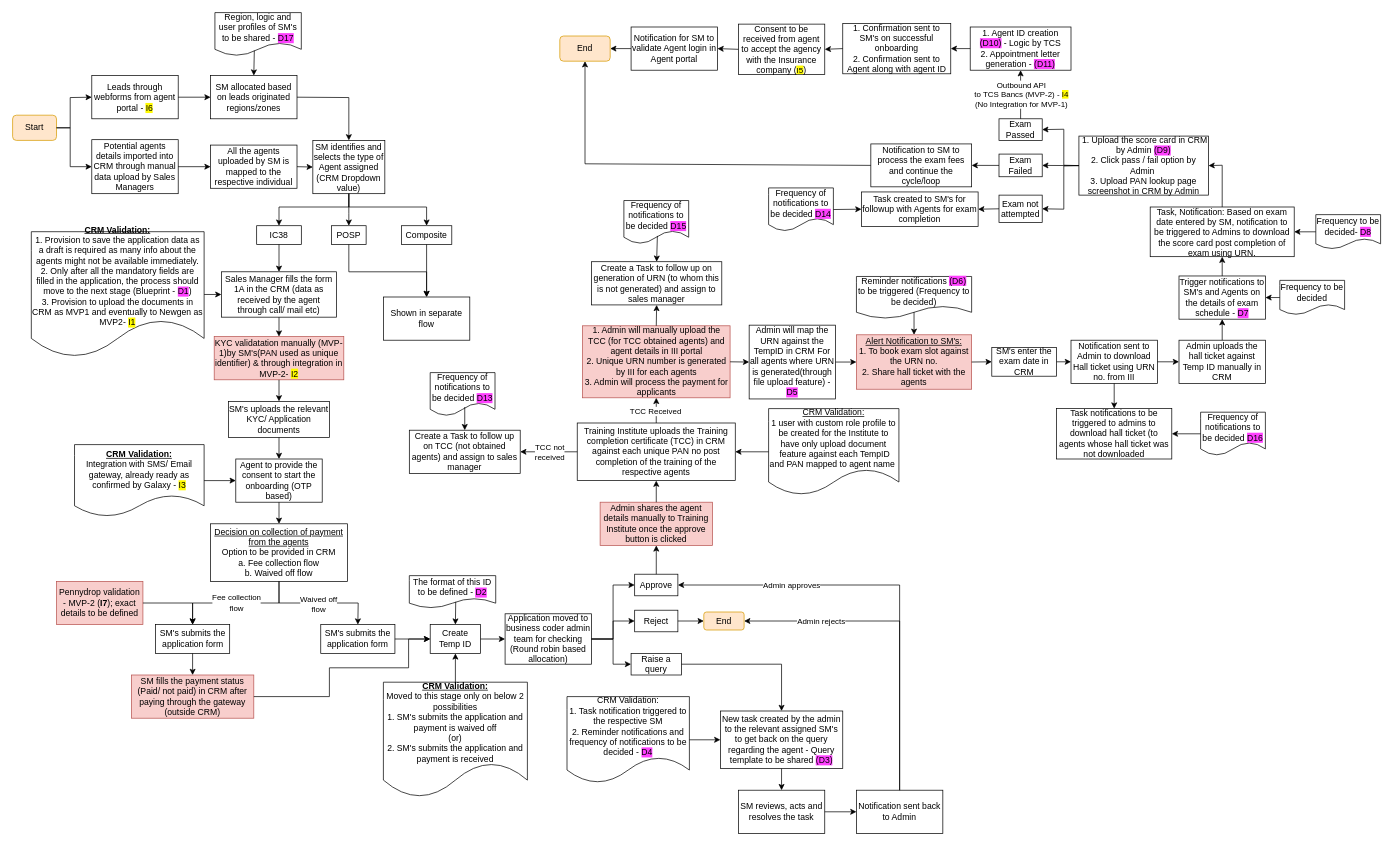
The draw.io diagram Agent Onboarding IC38.drawio in shaileshsreedar/Galaxy, before the edit. Source tidied: cells renumbered, new cells numbered last; positions are measured from the earlier drawing's top-left corner, leaving out a move shared by most shapes. Both pictures are drawn from the tidied source at 72%, with x=0, y=0 at pixel (12, 12).
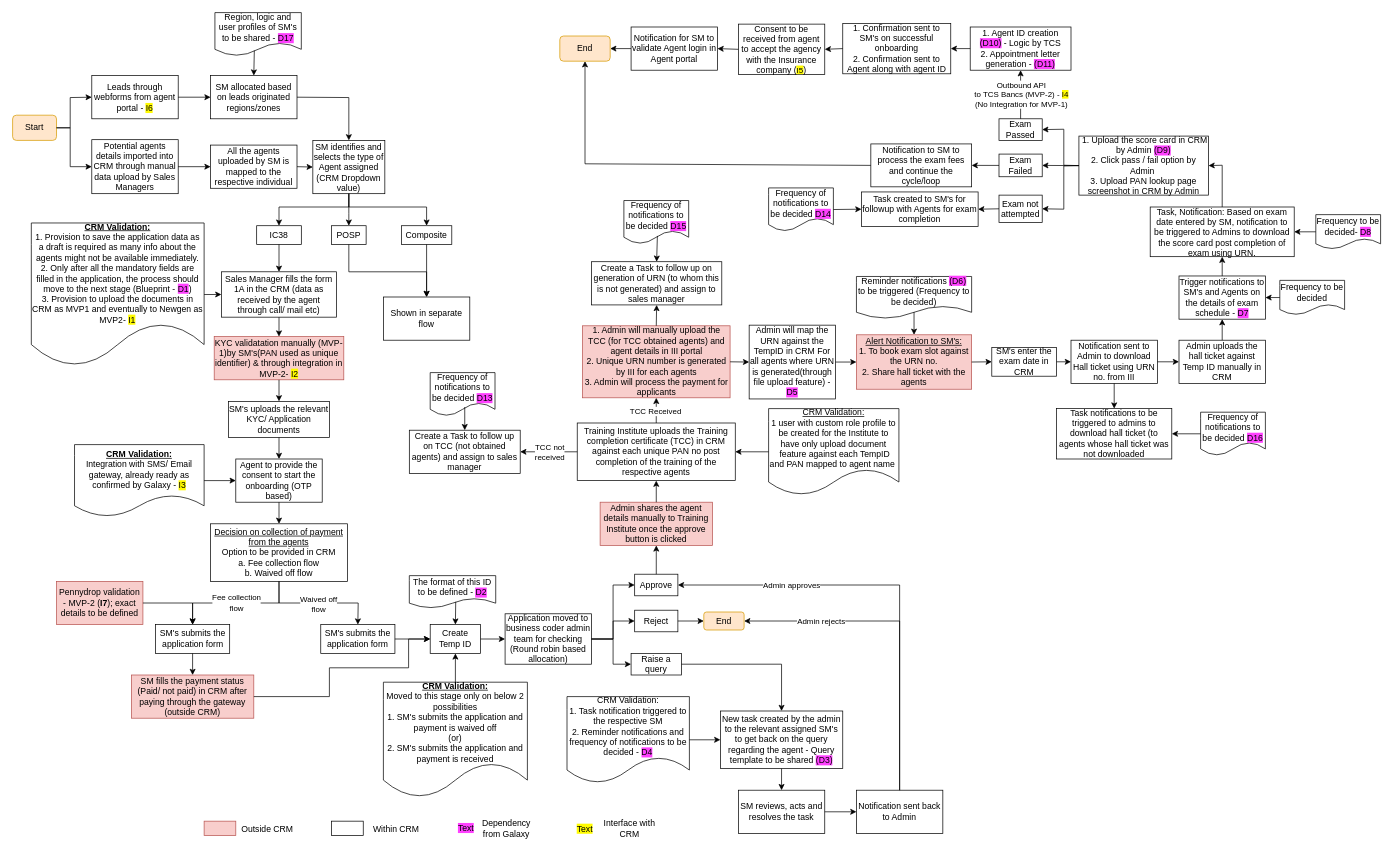
The same page after the edit.

Diff of the diagram source:
```diff
@@
     <mxCell id="21" value="&lt;b&gt;&lt;u&gt;CRM Validation:&lt;/u&gt;&lt;/b&gt;&lt;div&gt;1. Provision to save the application data as a draft is required as many info about the agents might not be available immediately.&lt;/div&gt;&lt;div&gt;2. Only after all the mandatory fields are filled in the application, the process should move to the next stage (Blueprint - &lt;span style=&quot;background-color: rgb(255, 64, 255);&quot;&gt;D1&lt;/span&gt;)&lt;/div&gt;&lt;div&gt;3. Provision to upload the documents in CRM as MVP1 and eventually to Newgen as MVP2- &lt;span style=&quot;background-color: rgb(255, 251, 0);&quot;&gt;I1&lt;/span&gt;&lt;/div&gt;" style="shape=document;whiteSpace=wrap;html=1;boundedLbl=1;" parent="1" vertex="1">
-      <mxGeometry x="26" y="304.3" width="240" height="174.4" as="geometry" />
+      <mxGeometry x="26" y="292.2" width="240" height="198.7" as="geometry" />
     </mxCell>
@@
+    <mxCell id="146" style="rounded=0;whiteSpace=wrap;html=1;fillColor=#f8cecc;strokeColor=#b85450;" parent="1" vertex="1">
+      <mxGeometry x="266" y="1123" width="44" height="20" as="geometry" />
+    </mxCell>
+    <mxCell id="147" value="Outside CRM" style="text;html=1;align=center;verticalAlign=middle;whiteSpace=wrap;rounded=0;" parent="1" vertex="1">
+      <mxGeometry x="313" y="1119" width="82" height="30" as="geometry" />
+    </mxCell>
+    <mxCell id="148" style="rounded=0;whiteSpace=wrap;html=1;" parent="1" vertex="1">
+      <mxGeometry x="443" y="1123" width="44" height="20" as="geometry" />
+    </mxCell>
+    <mxCell id="149" value="Within CRM" style="text;html=1;align=center;verticalAlign=middle;whiteSpace=wrap;rounded=0;" parent="1" vertex="1">
+      <mxGeometry x="492" y="1119" width="82" height="30" as="geometry" />
+    </mxCell>
+    <mxCell id="150" value="&lt;span style=&quot;background-color: rgb(255, 64, 255);&quot;&gt;Text&lt;/span&gt;" style="text;html=1;align=center;verticalAlign=middle;whiteSpace=wrap;rounded=0;" parent="1" vertex="1">
+      <mxGeometry x="600" y="1118" width="60" height="30" as="geometry" />
+    </mxCell>
+    <mxCell id="151" value="Dependency from Galaxy" style="text;html=1;align=center;verticalAlign=middle;whiteSpace=wrap;rounded=0;" parent="1" vertex="1">
+      <mxGeometry x="645" y="1118" width="82" height="30" as="geometry" />
+    </mxCell>
+    <mxCell id="152" value="&lt;span style=&quot;background-color: rgb(255, 251, 0);&quot;&gt;Text&lt;/span&gt;" style="text;html=1;align=center;verticalAlign=middle;whiteSpace=wrap;rounded=0;" parent="1" vertex="1">
+      <mxGeometry x="765" y="1119" width="60" height="30" as="geometry" />
+    </mxCell>
+    <mxCell id="153" value="Interface with CRM" style="text;html=1;align=center;verticalAlign=middle;whiteSpace=wrap;rounded=0;" parent="1" vertex="1">
+      <mxGeometry x="816" y="1118" width="82" height="30" as="geometry" />
+    </mxCell>
```
